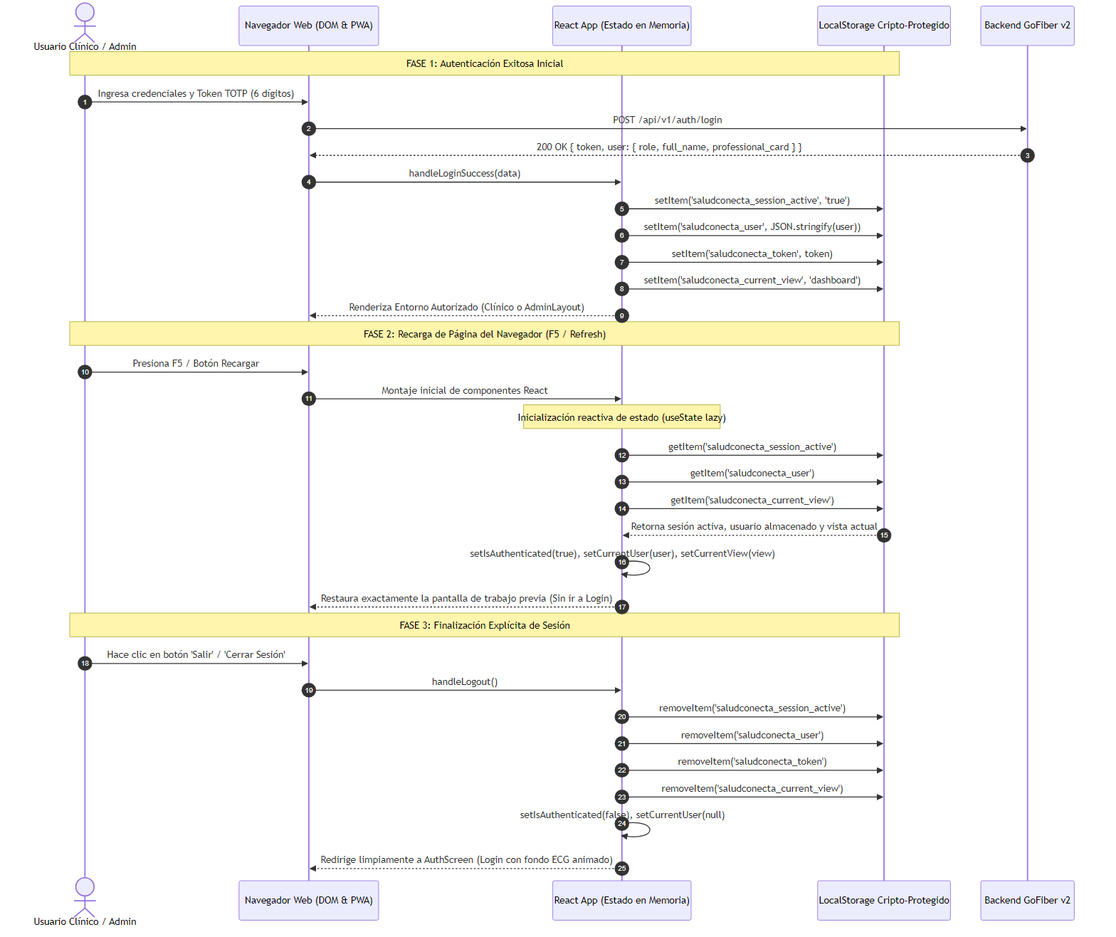
ThiagoVelez/Proyecto_felipe keeps this Mermaid diagram as docs/diagrams/12_persistencia_sesion_f5.png. Above is the earlier version. Its source is kept beside it as docs/diagrams/12_persistencia_sesion_f5.mmd.
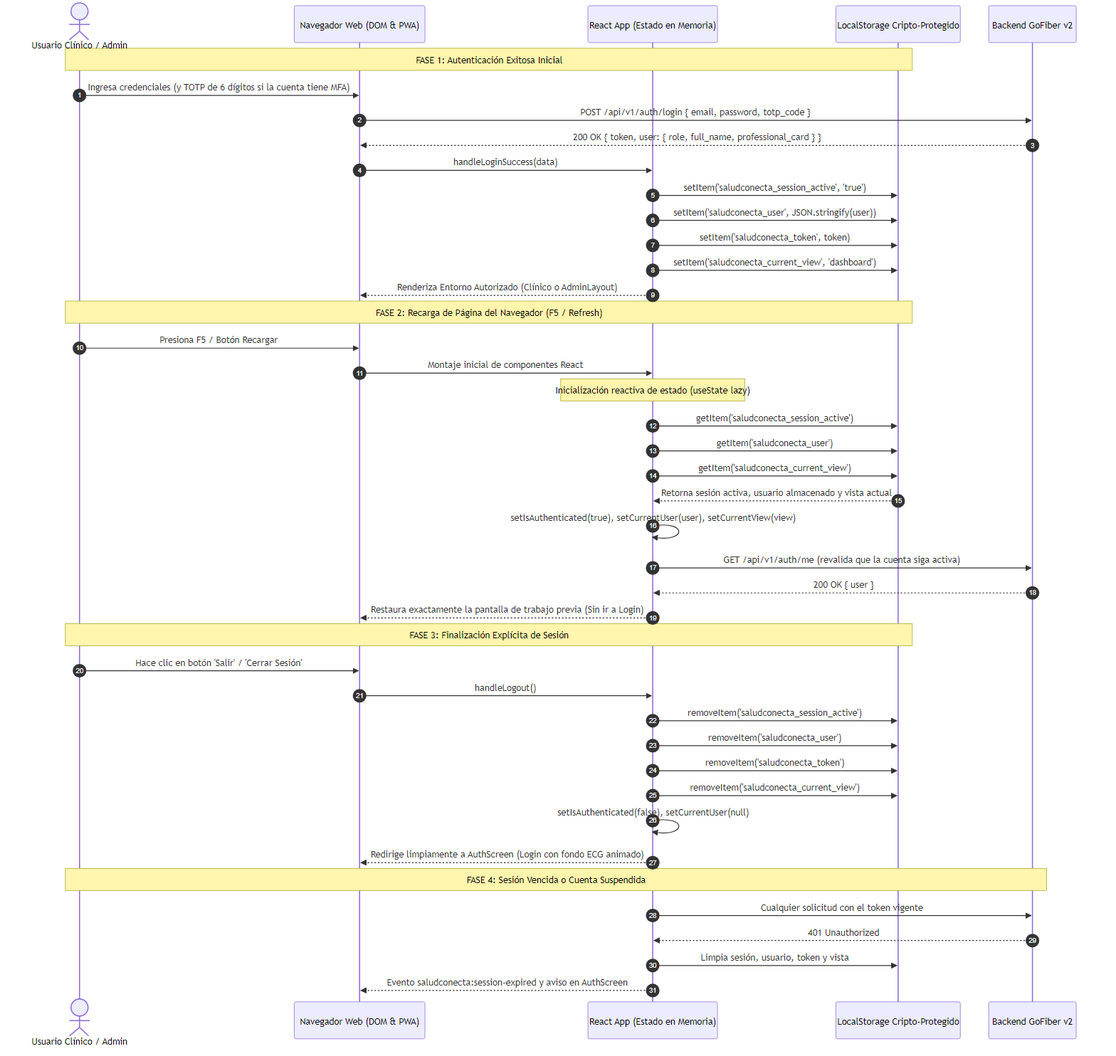
After the change.

Diff of the diagram source:
```diff
@@ -7,8 +7,8 @@
     participant API as Backend GoFiber v2
 
     Note over User,Storage: FASE 1: Autenticación Exitosa Inicial
-    User->>Browser: Ingresa credenciales y Token TOTP (6 dígitos)
-    Browser->>API: POST /api/v1/auth/login
+    User->>Browser: Ingresa credenciales (y TOTP de 6 dígitos si la cuenta tiene MFA)
+    Browser->>API: POST /api/v1/auth/login { email, password, totp_code }
     API-->>Browser: 200 OK { token, user: { role, full_name, professional_card } }
     Browser->>App: handleLoginSuccess(data)
     App->>Storage: setItem('saludconecta_session_active', 'true')
@@ -26,6 +26,8 @@
     App->>Storage: getItem('saludconecta_current_view')
     Storage-->>App: Retorna sesión activa, usuario almacenado y vista actual
     App->>App: setIsAuthenticated(true), setCurrentUser(user), setCurrentView(view)
+    App->>API: GET /api/v1/auth/me (revalida que la cuenta siga activa)
+    API-->>App: 200 OK { user }
     App-->>Browser: Restaura exactamente la pantalla de trabajo previa (Sin ir a Login)
 
     Note over User,Storage: FASE 3: Finalización Explícita de Sesión
@@ -37,3 +39,9 @@
     App->>Storage: removeItem('saludconecta_current_view')
     App->>App: setIsAuthenticated(false), setCurrentUser(null)
     App-->>Browser: Redirige limpiamente a AuthScreen (Login con fondo ECG animado)
+
+    Note over User,API: FASE 4: Sesión Vencida o Cuenta Suspendida
+    App->>API: Cualquier solicitud con el token vigente
+    API-->>App: 401 Unauthorized
+    App->>Storage: Limpia sesión, usuario, token y vista
+    App-->>Browser: Evento saludconecta:session-expired y aviso en AuthScreen
```
